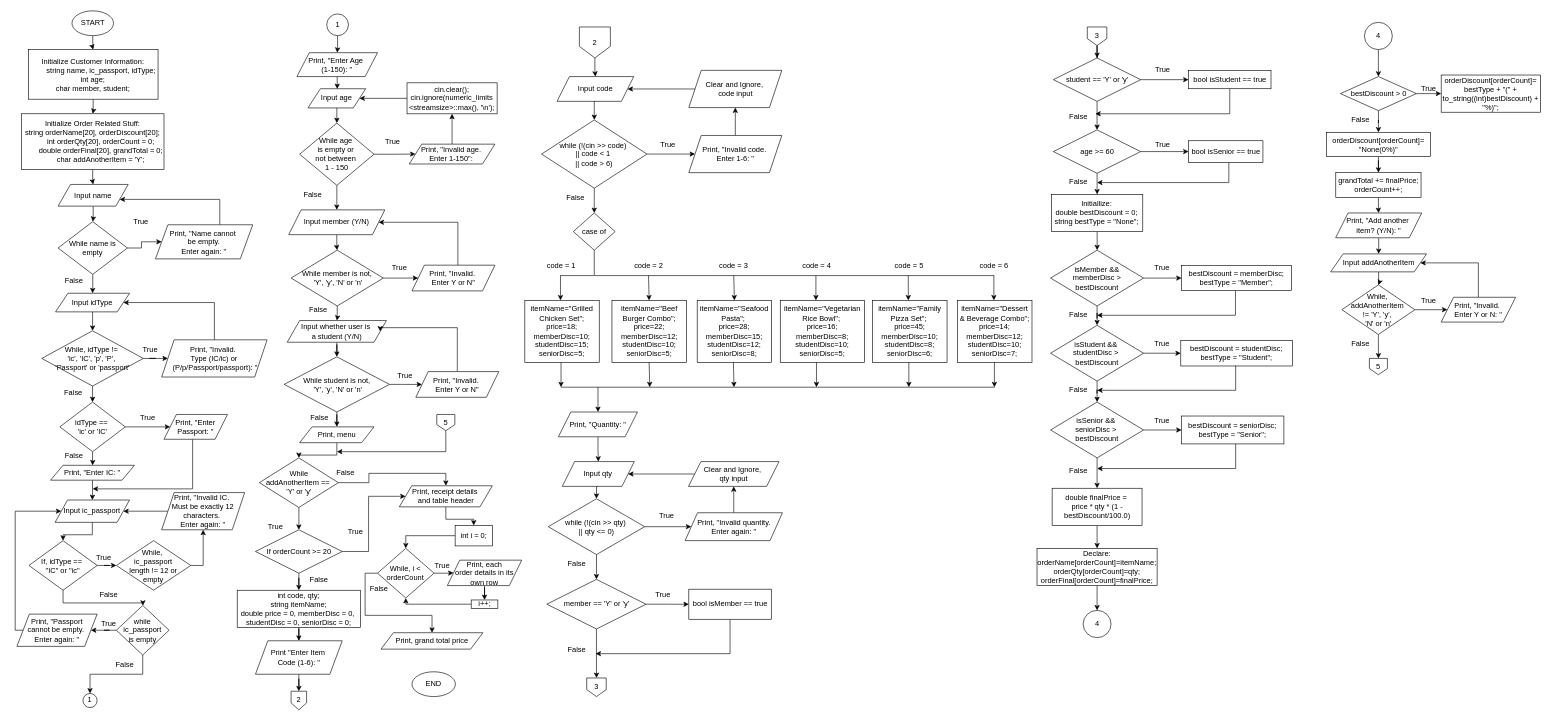
cr0w-l0rd/Restaurant_Ordering_and_Billing_System keeps this draw.io diagram as flowchart_group8_DCSI.drawio. Above is the earlier version. Source tidied: cells renumbered, new cells numbered last; positions are measured from the earlier drawing's top-left corner, leaving out a move shared by most shapes. Both pictures are drawn from the tidied source at 62%, with x=0, y=0 at pixel (15, 11).
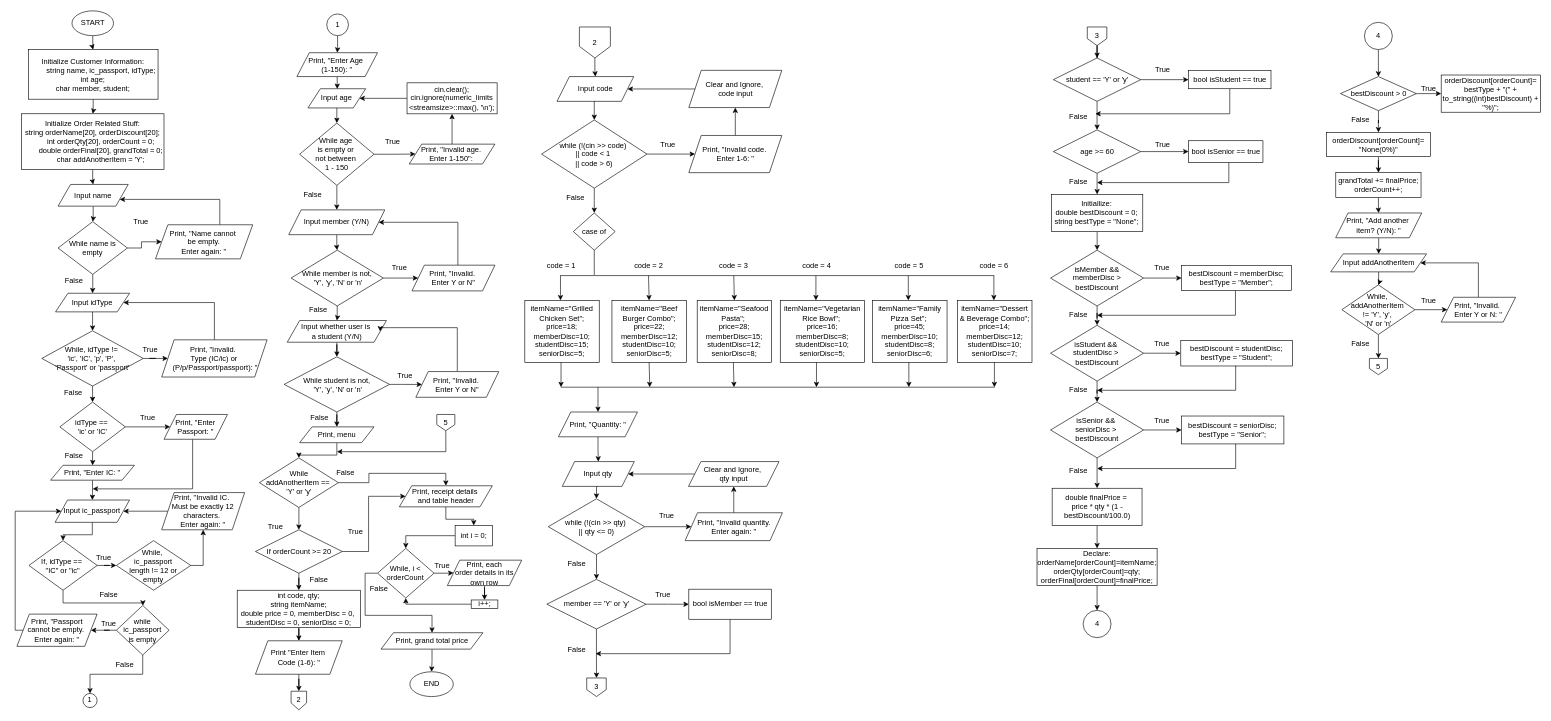
The same page after the edit.

Unchanged cells that the change refers to:
```xml
<mxCell id="249" value="Print, grand total price" style="shape=parallelogram;perimeter=parallelogramPerimeter;whiteSpace=wrap;html=1;fixedSize=1;" parent="1" vertex="1">
  <mxGeometry x="590" y="1003" width="164.5" height="26.5" as="geometry" />
</mxCell>
```

The edit, as a diff of the source:
```diff
@@
     <mxCell id="55" value="END" style="ellipse;whiteSpace=wrap;html=1;" parent="1" vertex="1">
-      <mxGeometry x="640" y="1066" width="70" height="40" as="geometry" />
+      <mxGeometry x="636.6" y="1066" width="70" height="40" as="geometry" />
     </mxCell>
@@
+    <mxCell id="252" style="edgeStyle=orthogonalEdgeStyle;rounded=0;jettySize=auto;html=1;entryX=0.5;entryY=0;entryDx=0;entryDy=0;" parent="1" edge="1" source="249" target="55">
+      <mxGeometry relative="1" as="geometry" />
+    </mxCell>
```
